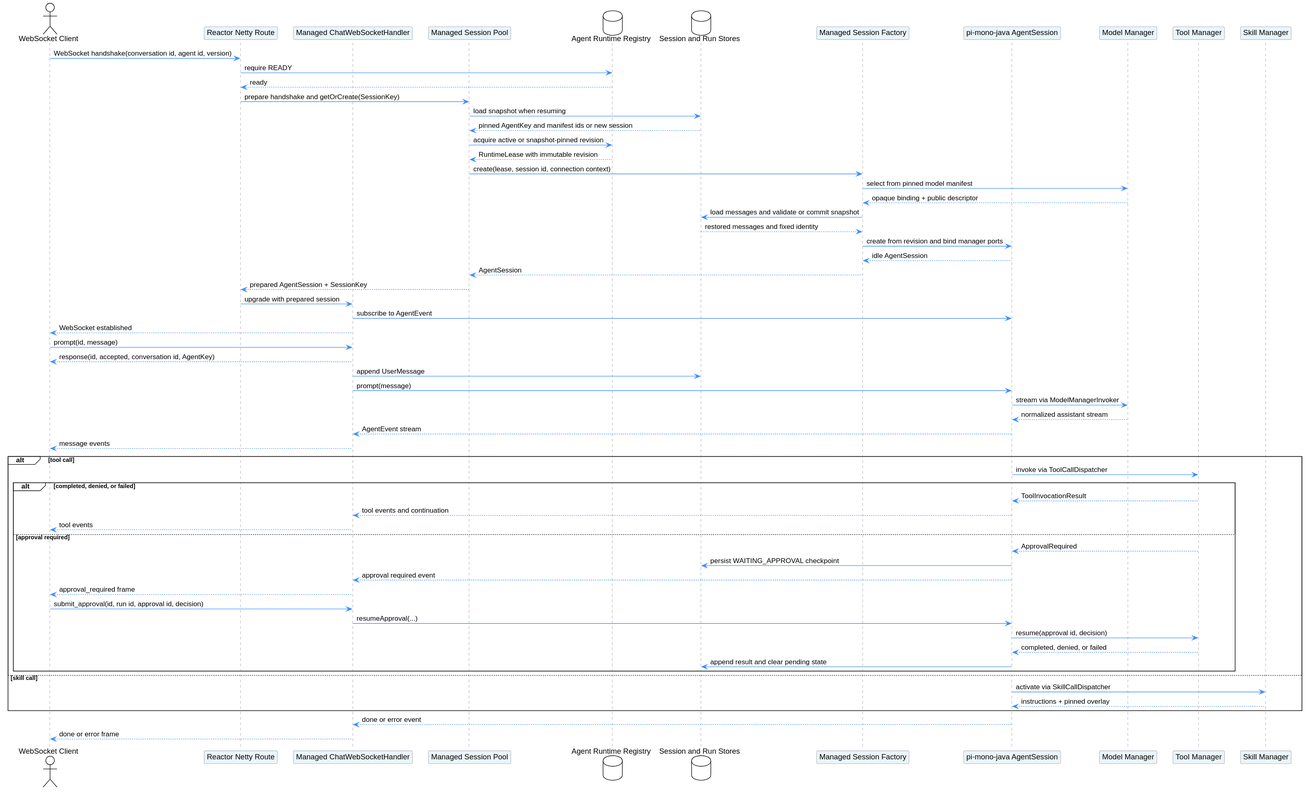
This is managed-agent-session/pi_session_creation.svg from superheromeZzh/pi-mono-java-design, a PlantUML export, as it was before one commit.
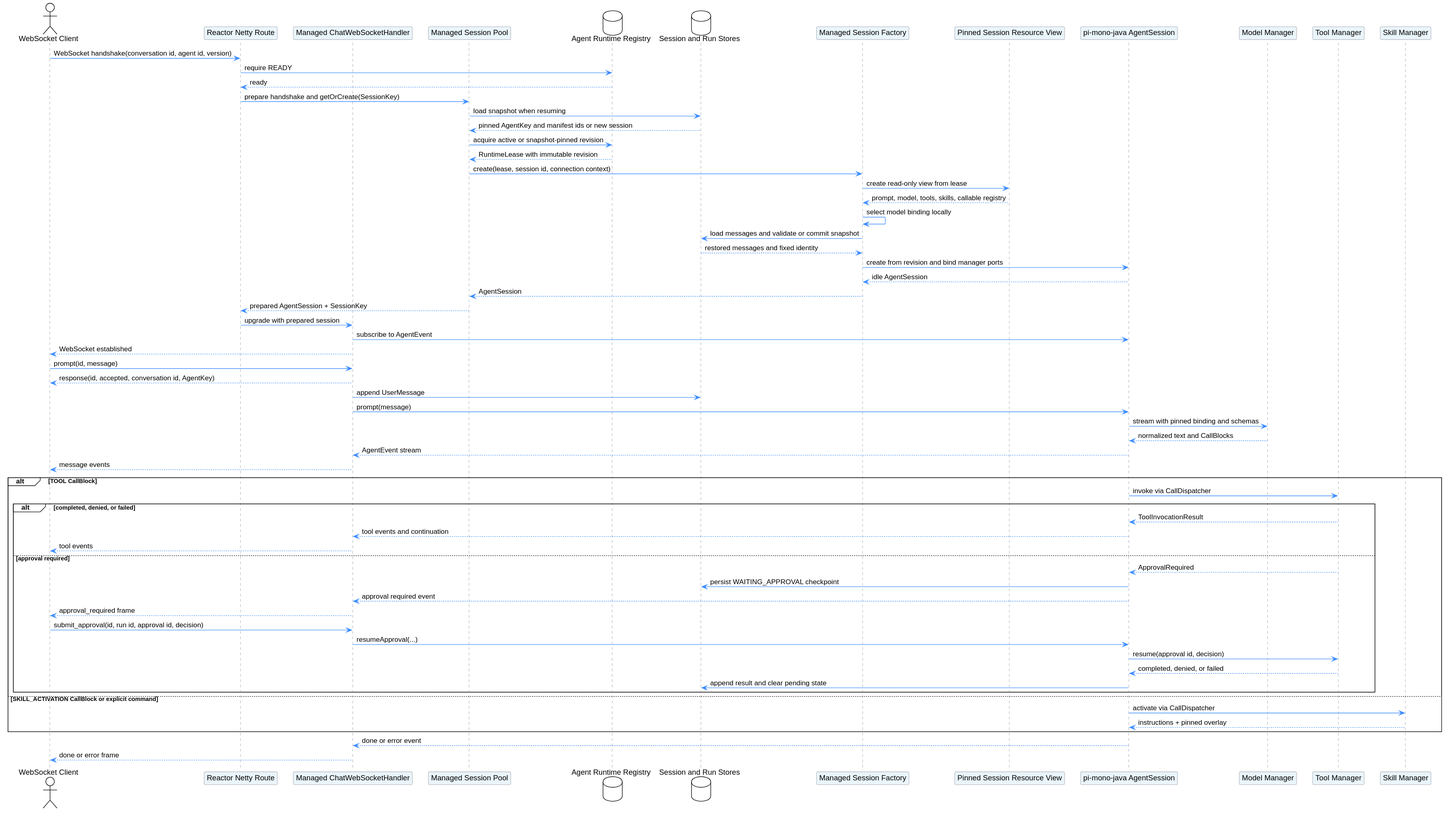
Above is the later version.

Commit message:
docs(agent): define manager-backed callable discovery

What changed in the source:
```diff
@@ -15,6 +15,7 @@
 database "Agent Runtime Registry" as Registry
 database "Session and Run Stores" as Store
 participant "Managed Session Factory" as Factory
+participant "Pinned Session Resource View" as Resources
 participant "pi-mono-java AgentSession" as JavaSession
 participant "Model Manager" as ModelManager
 participant "Tool Manager" as ToolManager
@@ -29,8 +30,9 @@
 Pool -> Registry: acquire active or snapshot-pinned revision
 Registry --> Pool: RuntimeLease with immutable revision
 Pool -> Factory: create(lease, session id, connection context)
-Factory -> ModelManager: select from pinned model manifest
-ModelManager --> Factory: opaque binding + public descriptor
+Factory -> Resources: create read-only view from lease
+Resources --> Factory: prompt, model, tools, skills, callable registry
+Factory -> Factory: select model binding locally
 Factory -> Store: load messages and validate or commit snapshot
 Store --> Factory: restored messages and fixed identity
 Factory -> JavaSession: create from revision and bind manager ports
@@ -45,13 +47,13 @@
 Handler --> Client: response(id, accepted, conversation id, AgentKey)
 Handler -> Store: append UserMessage
 Handler -> JavaSession: prompt(message)
-JavaSession -> ModelManager: stream via ModelManagerInvoker
-ModelManager --> JavaSession: normalized assistant stream
+JavaSession -> ModelManager: stream with pinned binding and schemas
+ModelManager --> JavaSession: normalized text and CallBlocks
 JavaSession --> Handler: AgentEvent stream
 Handler --> Client: message events
 
-alt tool call
-  JavaSession -> ToolManager: invoke via ToolCallDispatcher
+alt TOOL CallBlock
+  JavaSession -> ToolManager: invoke via CallDispatcher
   alt completed, denied, or failed
     ToolManager --> JavaSession: ToolInvocationResult
     JavaSession --> Handler: tool events and continuation
@@ -67,8 +69,8 @@
     ToolManager --> JavaSession: completed, denied, or failed
     JavaSession -> Store: append result and clear pending state
   end
-else skill call
-  JavaSession -> SkillManager: activate via SkillCallDispatcher
+else SKILL_ACTIVATION CallBlock or explicit command
+  JavaSession -> SkillManager: activate via CallDispatcher
   SkillManager --> JavaSession: instructions + pinned overlay
 end
 
```
